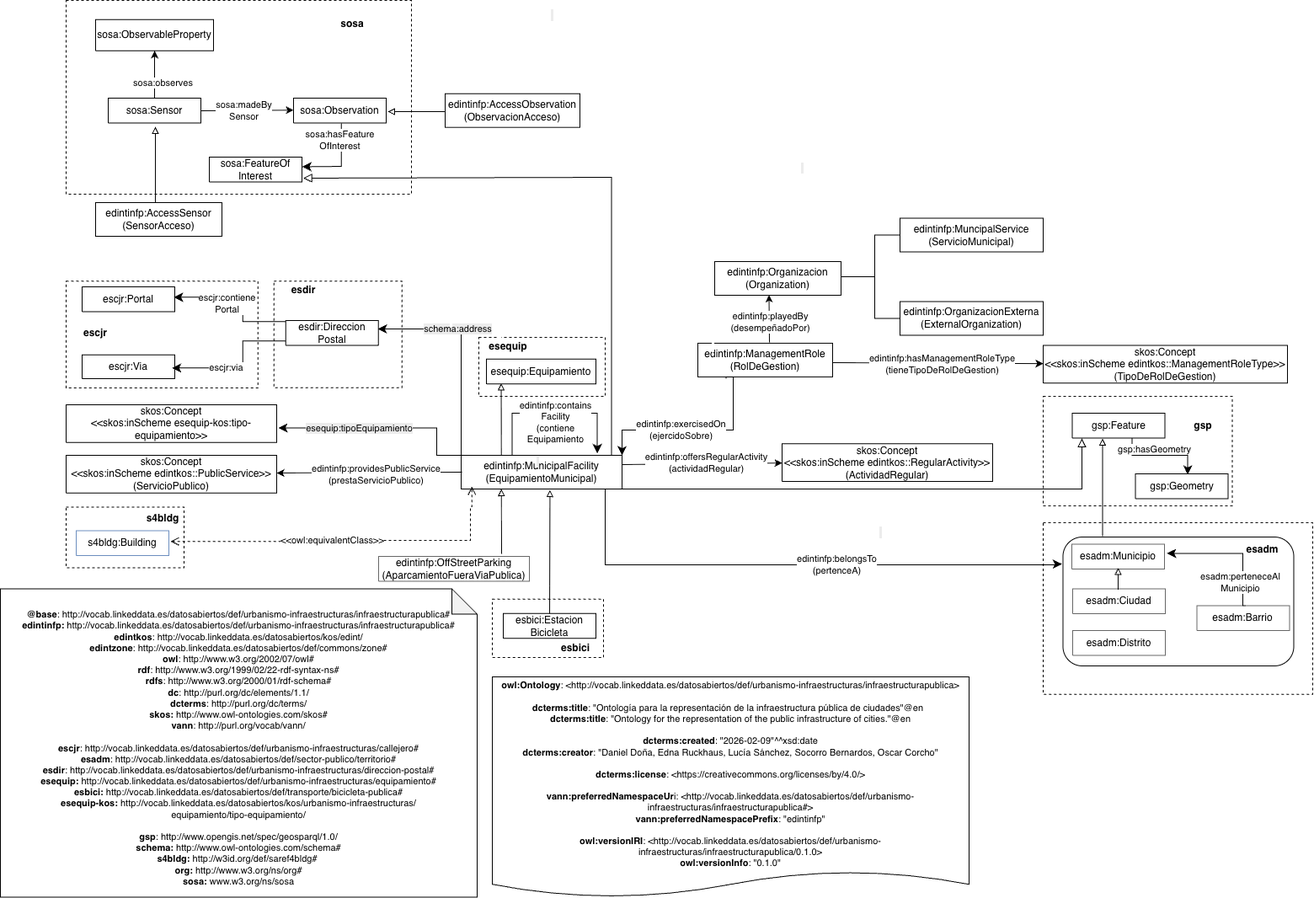
This is diagrams/diagramGeneral.png from EDINT-Ontologia/edint-ontologia-infraestructura, a draw.io export, as it was before one commit. Source tidied: cells renumbered, new cells last; positions are measured from the earlier drawing's top-left corner, leaving out a move shared by most shapes.
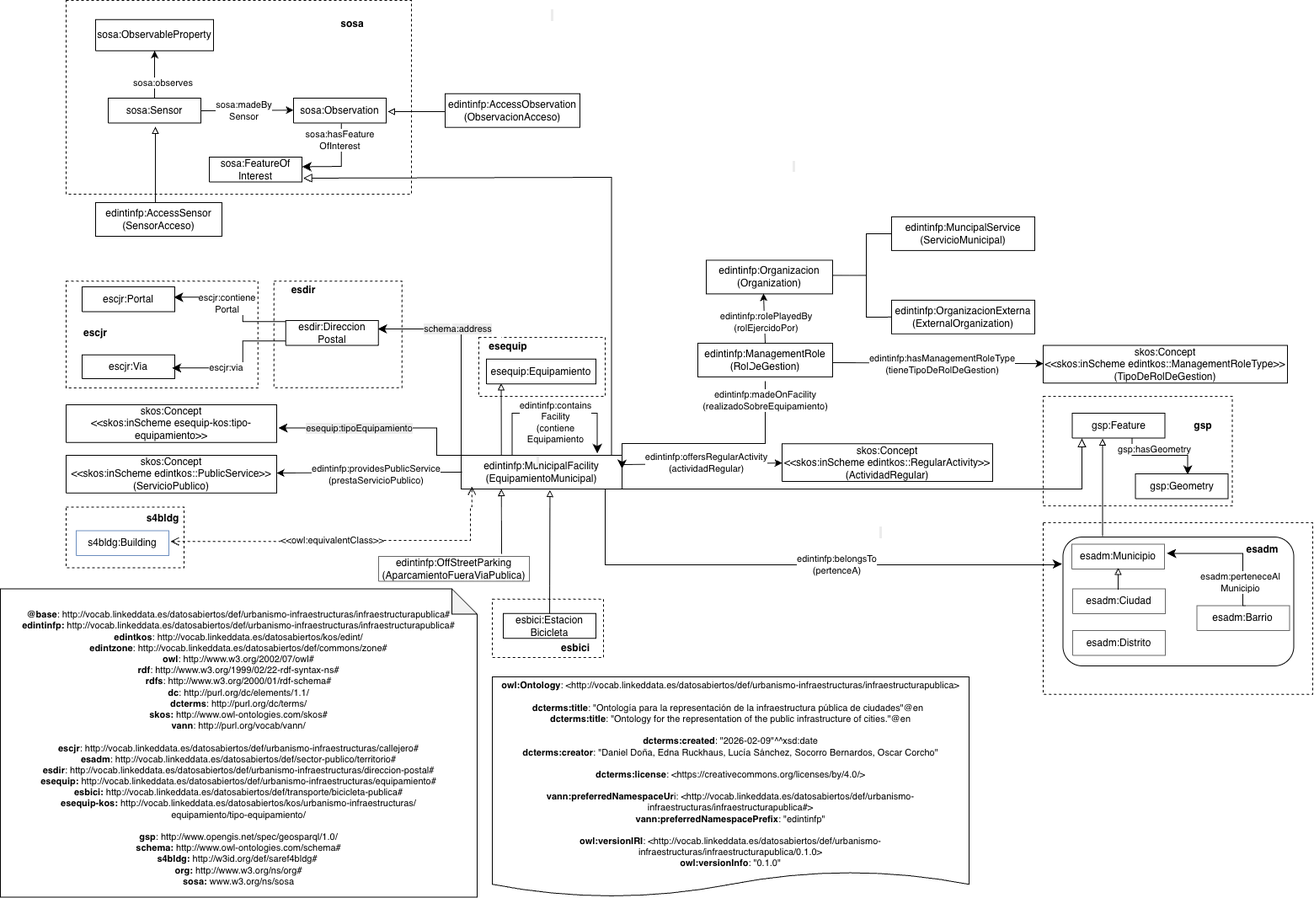
After the commit.

What changed in the source:
```diff
@@ -261,13 +261,13 @@
     <mxCell id="61" value="edintinfp:ManagementRole&lt;div&gt;(RolDeGestion)&lt;/div&gt;" style="rounded=0;whiteSpace=wrap;html=1;" parent="1" vertex="1">
       <mxGeometry x="828" y="406.9" width="160" height="40" as="geometry" />
     </mxCell>
-    <mxCell id="62" value="&lt;span style=&quot;text-wrap-mode: wrap;&quot;&gt;&lt;font style=&quot;&quot;&gt;edintinfp:exercisedOn&lt;/font&gt;&lt;/span&gt;&lt;div&gt;&lt;span style=&quot;text-wrap-mode: wrap;&quot;&gt;&lt;font style=&quot;&quot;&gt;(ejercidoSobre)&lt;/font&gt;&lt;/span&gt;&lt;/div&gt;" style="edgeStyle=segmentEdgeStyle;endArrow=none;html=1;curved=0;rounded=0;endSize=8;startSize=8;sourcePerimeterSpacing=0;targetPerimeterSpacing=0;endFill=0;startArrow=classic;startFill=1;fontSize=11;entryX=0.21;entryY=1.052;entryDx=0;entryDy=0;entryPerimeter=0;" parent="1" edge="1" target="61">
-      <mxGeometry x="-0.15" relative="1" as="geometry">
-        <mxPoint x="738" y="540" as="sourcePoint" />
+    <mxCell id="62" value="&lt;span style=&quot;text-wrap-mode: wrap;&quot;&gt;&lt;font style=&quot;&quot;&gt;edintinfp:madeOnFacility&lt;/font&gt;&lt;/span&gt;&lt;div&gt;&lt;span style=&quot;text-wrap-mode: wrap;&quot;&gt;&lt;font style=&quot;&quot;&gt;(realizadoSobre&lt;/font&gt;&lt;/span&gt;&lt;span style=&quot;text-wrap-mode: wrap; background-color: light-dark(#ffffff, var(--ge-dark-color, #121212)); color: light-dark(rgb(0, 0, 0), rgb(255, 255, 255));&quot;&gt;Equipamiento)&lt;/span&gt;&lt;/div&gt;" style="edgeStyle=segmentEdgeStyle;endArrow=none;html=1;curved=0;rounded=0;endSize=8;startSize=8;sourcePerimeterSpacing=0;targetPerimeterSpacing=0;endFill=0;startArrow=classic;startFill=1;fontSize=11;entryX=0.5;entryY=1;entryDx=0;entryDy=0;" parent="1" edge="1">
+      <mxGeometry x="0.83" relative="1" as="geometry">
+        <mxPoint x="738" y="556" as="sourcePoint" />
+        <mxPoint x="908" y="451.9" as="targetPoint" />
         <Array as="points">
-          <mxPoint x="738" y="510" />
-          <mxPoint x="870" y="510" />
-          <mxPoint x="870" y="447" />
+          <mxPoint x="738" y="526" />
+          <mxPoint x="908" y="526" />
         </Array>
       </mxGeometry>
     </mxCell>
@@ -282,28 +282,26 @@
       </mxGeometry>
     </mxCell>
     <mxCell id="65" value="edintinfp:Organizacion&lt;div&gt;(Organization)&lt;/div&gt;" style="rounded=0;whiteSpace=wrap;html=1;" parent="1" vertex="1">
-      <mxGeometry x="848" y="310" width="150" height="40" as="geometry" />
+      <mxGeometry x="838" y="308.4" width="150" height="40" as="geometry" />
     </mxCell>
-    <mxCell id="66" style="endArrow=classic;html=1;rounded=0;entryX=0.43;entryY=0.988;entryDx=0;entryDy=0;entryPerimeter=0;" parent="1" edge="1" target="65">
-      <mxGeometry relative="1" as="geometry">
-        <mxPoint x="913" y="406" as="sourcePoint" />
-      </mxGeometry>
+    <mxCell id="66" style="endArrow=classic;html=1;rounded=0;entryX=0.453;entryY=0.99;entryDx=0;entryDy=0;entryPerimeter=0;exitX=0.5;exitY=0;exitDx=0;exitDy=0;" parent="1" edge="1" source="61" target="65">
+      <mxGeometry relative="1" as="geometry" />
     </mxCell>
-    <mxCell id="67" value="&lt;font&gt;edintinfp:playedBy&lt;/font&gt;&lt;div&gt;&lt;font&gt;(desempeñadoPor)&lt;/font&gt;&lt;/div&gt;" style="edgeLabel;html=1;align=center;verticalAlign=middle;" parent="66" vertex="1">
+    <mxCell id="67" value="&lt;font&gt;edintinfp:rolePlayedBy&lt;/font&gt;&lt;div&gt;&lt;font&gt;(rolEjercidoPor)&lt;/font&gt;&lt;/div&gt;" style="edgeLabel;html=1;align=center;verticalAlign=middle;" parent="66" vertex="1">
       <mxGeometry x="-0.15" y="-1" relative="1" as="geometry" />
     </mxCell>
     <mxCell id="68" value="edintinfp:MuncipalService&lt;div&gt;&lt;div&gt;(ServicioMunicipal)&lt;/div&gt;&lt;/div&gt;" style="rounded=0;whiteSpace=wrap;html=1;" parent="1" vertex="1">
-      <mxGeometry x="1068" y="258.5" width="170" height="40" as="geometry" />
+      <mxGeometry x="1058" y="256.9" width="170" height="40" as="geometry" />
     </mxCell>
     <mxCell id="69" value="edintinfp:OrganizacionExterna&lt;div&gt;(ExternalOrganization)&lt;/div&gt;" style="rounded=0;whiteSpace=wrap;html=1;" parent="1" vertex="1">
-      <mxGeometry x="1068" y="357.5" width="170" height="40" as="geometry" />
+      <mxGeometry x="1058" y="355.9" width="170" height="40" as="geometry" />
     </mxCell>
     <mxCell id="70" value="&lt;span style=&quot;text-wrap-mode: wrap; background-color: rgb(236, 236, 236);&quot;&gt;&amp;nbsp;&lt;/span&gt;" style="edgeStyle=segmentEdgeStyle;endArrow=none;html=1;curved=0;rounded=0;endSize=8;startSize=8;sourcePerimeterSpacing=0;targetPerimeterSpacing=0;endFill=0;startArrow=none;startFill=0;fontSize=11;exitX=0;exitY=0.5;exitDx=0;exitDy=0;" parent="1" edge="1" source="69">
       <mxGeometry x="0.68" y="120" relative="1" as="geometry">
-        <mxPoint x="1068" y="278.5" as="targetPoint" />
+        <mxPoint x="1058" y="276.9" as="targetPoint" />
         <Array as="points">
-          <mxPoint x="1038" y="377.8" />
-          <mxPoint x="1038" y="278.8" />
+          <mxPoint x="1028" y="376.2" />
+          <mxPoint x="1028" y="277.2" />
         </Array>
         <mxPoint x="-90" y="40" as="offset" />
       </mxGeometry>
@@ -320,8 +318,8 @@
     </mxCell>
     <mxCell id="73" style="endArrow=none;html=1;rounded=0;exitX=1;exitY=0.5;exitDx=0;exitDy=0;" parent="1" edge="1">
       <mxGeometry relative="1" as="geometry">
-        <mxPoint x="998" y="328" as="sourcePoint" />
-        <mxPoint x="1038" y="328" as="targetPoint" />
+        <mxPoint x="988" y="326.4" as="sourcePoint" />
+        <mxPoint x="1028" y="326.4" as="targetPoint" />
       </mxGeometry>
     </mxCell>
     <mxCell id="74" value="&lt;font style=&quot;font-size: 12px;&quot;&gt;skos:Concept&lt;/font&gt;&lt;div&gt;&lt;font style=&quot;font-size: 12px;&quot;&gt;&amp;lt;&amp;lt;skos:inScheme edintkos::ManagementRoleType&amp;gt;&amp;gt;&lt;/font&gt;&lt;/div&gt;&lt;div&gt;&lt;font style=&quot;font-size: 12px;&quot;&gt;(TipoDeRolDeGestion)&lt;/font&gt;&lt;/div&gt;" style="verticalAlign=middle;align=center;vsdxID=334;shape=(stored shape, 160 characters);labelBackgroundColor=none;rounded=0;html=1;whiteSpace=wrap;fillColor=none;strokeColor=#000000;fontSize=11;" parent="1" vertex="1">
@@ -462,11 +460,6 @@
         <mxPoint x="15" y="8" as="offset" />
       </mxGeometry>
     </mxCell>
-    <mxCell id="102" value="&amp;nbsp;" style="edgeLabel;html=1;align=center;verticalAlign=middle;fontSize=11;" parent="100" vertex="1">
-      <mxGeometry x="0.45" y="6" relative="1" as="geometry">
-        <mxPoint x="-19" y="-91" as="offset" />
-      </mxGeometry>
-    </mxCell>
     <mxCell id="103" value="&lt;div&gt;&lt;b&gt;&lt;br&gt;&lt;/b&gt;&lt;/div&gt;&lt;div&gt;&lt;b&gt;@base&lt;/b&gt;:&amp;nbsp;http://vocab.linkeddata.es/datosabiertos/def/urbanismo-infraestructuras/infraestructurapublica#&lt;/div&gt;&lt;div&gt;&lt;span style=&quot;background-color: rgb(255, 255, 255); color: light-dark(rgb(0, 0, 0), rgb(255, 255, 255));&quot;&gt;&lt;b&gt;edintinfp:&amp;nbsp;&lt;/b&gt;&lt;/span&gt;&lt;span style=&quot;background-color: transparent; color: light-dark(rgb(0, 0, 0), rgb(255, 255, 255));&quot;&gt;http://vocab.linkeddata.es/datosabiertos/def/urbanismo-infraestructuras/infraestructurapublica#&lt;/span&gt;&lt;/div&gt;&lt;div&gt;&lt;span style=&quot;background-color: rgb(255, 255, 255);&quot;&gt;&lt;b&gt;edintkos&lt;/b&gt;:&amp;nbsp;http://vocab.linkeddata.es/datosabiertos/kos/edint/&lt;/span&gt;&lt;/div&gt;&lt;div&gt;&lt;span style=&quot;background-color: rgb(255, 255, 255);&quot;&gt;&lt;b&gt;edintzone&lt;/b&gt;:&amp;nbsp;&lt;/span&gt;&lt;span style=&quot;background-color: transparent;&quot;&gt;http://vocab.linkeddata.es/datosabiertos/def/commons/zone#&lt;/span&gt;&lt;/div&gt;&lt;div&gt;&lt;b style=&quot;background-color: transparent; color: light-dark(rgb(0, 0, 0), rgb(255, 255, 255));&quot;&gt;owl&lt;/b&gt;&lt;span style=&quot;background-color: transparent; color: light-dark(rgb(0, 0, 0), rgb(255, 255, 255));&quot;&gt;: http://www.w3.org/2002/07/owl#&lt;/span&gt;&lt;/div&gt;&lt;div&gt;&lt;div&gt;&lt;b&gt;rdf&lt;/b&gt;: http://www.w3.org/1999/02/22-rdf-syntax-ns#&lt;/div&gt;&lt;div&gt;&lt;b&gt;rdfs&lt;/b&gt;: http://www.w3.org/2000/01/rdf-schema#&lt;/div&gt;&lt;div&gt;&lt;b style=&quot;background-color: transparent; color: light-dark(rgb(0, 0, 0), rgb(255, 255, 255));&quot;&gt;dc&lt;/b&gt;&lt;span style=&quot;background-color: transparent; color: light-dark(rgb(0, 0, 0), rgb(255, 255, 255));&quot;&gt;: http://purl.org/dc/elements/1.1/&lt;/span&gt;&lt;/div&gt;&lt;div&gt;&lt;b&gt;dcterms&lt;/b&gt;: http://purl.org/dc/terms/&lt;/div&gt;&lt;div&gt;&lt;b&gt;skos:&lt;/b&gt;&amp;nbsp;http://www.owl-ontologies.com/skos#&lt;/div&gt;&lt;div&gt;&lt;b style=&quot;background-color: transparent; color: light-dark(rgb(0, 0, 0), rgb(255, 255, 255));&quot;&gt;vann&lt;/b&gt;&lt;span style=&quot;background-color: transparent; color: light-dark(rgb(0, 0, 0), rgb(255, 255, 255));&quot;&gt;: http://purl.org/vocab/vann/&lt;/span&gt;&lt;/div&gt;&lt;/div&gt;&lt;div&gt;&lt;span style=&quot;background-color: transparent; color: light-dark(rgb(0, 0, 0), rgb(255, 255, 255));&quot;&gt;&lt;br&gt;&lt;/span&gt;&lt;/div&gt;&lt;div&gt;&lt;b&gt;escjr&lt;/b&gt;: http://vocab.linkeddata.es/datosabiertos/def/urbanismo-infraestructuras/callejero#&lt;/div&gt;&lt;div&gt;&lt;b&gt;esadm&lt;/b&gt;: http://vocab.linkeddata.es/datosabiertos/def/sector-publico/territorio#&lt;/div&gt;&lt;div&gt;&lt;b&gt;esdir&lt;/b&gt;:&amp;nbsp;&lt;span style=&quot;background-color: transparent; color: light-dark(rgb(0, 0, 0), rgb(255, 255, 255));&quot;&gt;http://vocab.linkeddata.es/datosabiertos/def/urbanismo-infraestructuras/direccion-postal#&lt;/span&gt;&lt;/div&gt;&lt;div&gt;&lt;span style=&quot;background-color: transparent; color: light-dark(rgb(0, 0, 0), rgb(255, 255, 255));&quot;&gt;&lt;b&gt;esequip:&amp;nbsp;&lt;/b&gt;&lt;/span&gt;&lt;span style=&quot;background-color: transparent; color: light-dark(rgb(0, 0, 0), rgb(255, 255, 255));&quot;&gt;http://vocab.linkeddata.es/datosabiertos/def/urbanismo-infraestructuras/equipamiento#&lt;/span&gt;&lt;/div&gt;&lt;div&gt;&lt;span style=&quot;background-color: transparent; color: light-dark(rgb(0, 0, 0), rgb(255, 255, 255));&quot;&gt;&lt;b&gt;esbici:&amp;nbsp;&lt;/b&gt;&lt;/span&gt;&lt;span style=&quot;background-color: transparent; color: light-dark(rgb(0, 0, 0), rgb(255, 255, 255));&quot;&gt;http://vocab.linkeddata.es/datosabiertos/def/transporte/bicicleta-publica#&lt;/span&gt;&lt;/div&gt;&lt;div&gt;&lt;span style=&quot;background-color: transparent; color: light-dark(rgb(0, 0, 0), rgb(255, 255, 255));&quot;&gt;&lt;b&gt;esequip-kos:&amp;nbsp;&lt;/b&gt;&lt;/span&gt;&lt;span style=&quot;background-color: transparent; color: light-dark(rgb(0, 0, 0), rgb(255, 255, 255));&quot;&gt;http://vocab.linkeddata.es/datosabiertos/kos/urbanismo-infraestructuras/&lt;/span&gt;&lt;/div&gt;&lt;div&gt;&lt;span style=&quot;background-color: transparent; color: light-dark(rgb(0, 0, 0), rgb(255, 255, 255));&quot;&gt;equipamiento/tipo-equipamiento/&lt;/span&gt;&lt;/div&gt;&lt;div&gt;&lt;span style=&quot;background-color: transparent; text-wrap-mode: nowrap; color: rgba(0, 0, 0, 0); font-family: monospace; text-align: start;&quot;&gt;vocab.linkeddata.es%&lt;/span&gt;&lt;/div&gt;&lt;div&gt;&lt;b style=&quot;background-color: transparent; color: light-dark(rgb(0, 0, 0), rgb(255, 255, 255));&quot;&gt;gsp&lt;/b&gt;&lt;span style=&quot;background-color: transparent; color: light-dark(rgb(0, 0, 0), rgb(255, 255, 255));&quot;&gt;: http://www.opengis.net/spec/geosparql/1.0/&lt;/span&gt;&lt;/div&gt;&lt;div&gt;&lt;span style=&quot;background-color: transparent;&quot;&gt;&lt;div&gt;&lt;b&gt;schema:&lt;/b&gt; http://www.owl-ontologies.com/schema#&lt;/div&gt;&lt;div&gt;&lt;b&gt;s4bldg: &lt;/b&gt;http://w3id.org/def/saref4bldg#&amp;nbsp;&lt;/div&gt;&lt;div&gt;&lt;b&gt;org:&lt;/b&gt; http://www.w3.org/ns/org#&lt;/div&gt;&lt;div&gt;&lt;b&gt;sosa:&lt;/b&gt; www.w3.org/ns/sosa&lt;/div&gt;&lt;/span&gt;&lt;/div&gt;" style="shape=note;whiteSpace=wrap;html=1;backgroundOutline=1;darkOpacity=0.05;fontSize=11;" parent="1" vertex="1">
       <mxGeometry y="698.5" width="566" height="366" as="geometry" />
     </mxCell>
```
